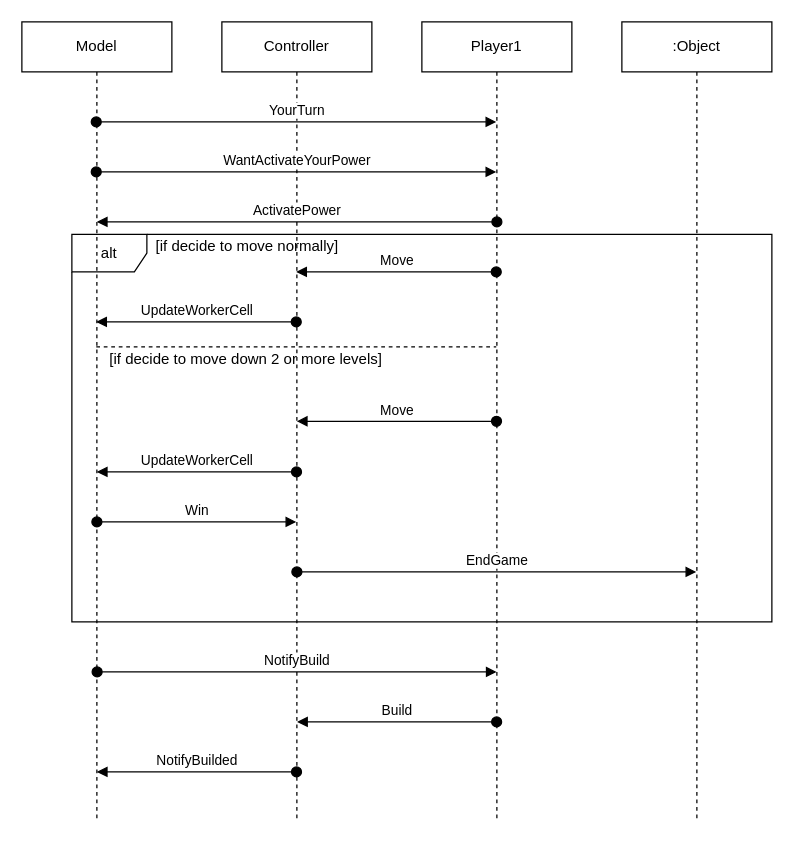
Above: page "Case_Pan" (9 of 10) of UML/newUML.drawio in matteovisotto/ing-sw-2020-Siriani-Stucchi-Visotto (draw.io), before the change. Source tidied: cells renumbered, new cells numbered last; positions are measured from the earlier drawing's top-left corner, leaving out a move shared by most shapes. Both pictures are drawn from the tidied source at 125%, with x=0, y=0 at pixel (21, 21).
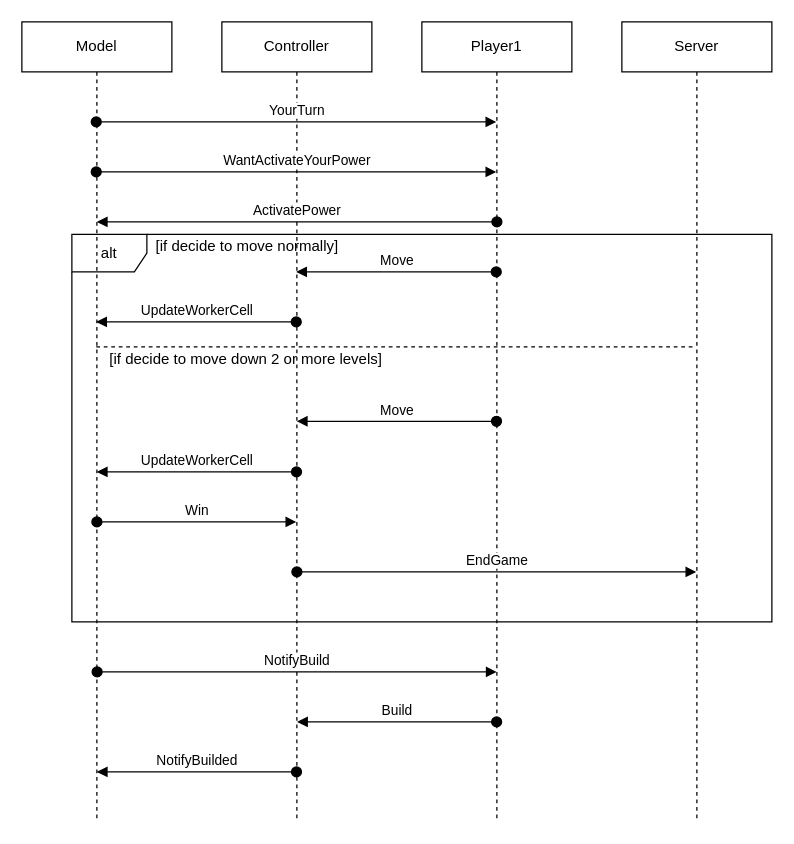
After the change.

Unchanged cells that the change refers to:
```xml
<mxCell id="3" value="Model&lt;br&gt;" style="shape=umlLifeline;perimeter=lifelinePerimeter;whiteSpace=wrap;html=1;outlineConnect=0;" parent="1" vertex="1">
  <mxGeometry width="120" height="640" as="geometry" />
</mxCell>
<mxCell id="4" value="Player1" style="shape=umlLifeline;perimeter=lifelinePerimeter;whiteSpace=wrap;html=1;outlineConnect=0;" parent="1" vertex="1">
  <mxGeometry x="320" width="120" height="640" as="geometry" />
</mxCell>
```

Diff of the diagram source:
```diff
@@
-    <mxCell id="12" style="endArrow=none;dashed=1;html=1;" parent="1" edge="1" source="3" target="4">
+    <mxCell id="12" style="endArrow=none;dashed=1;html=1;" parent="1" edge="1" source="3" target="20">
       <mxGeometry relative="1" as="geometry">
         <Array as="points">
           <mxPoint x="160" y="260" />
         </Array>
       </mxGeometry>
     </mxCell>
@@
-    <mxCell id="20" value=":Object" style="shape=umlLifeline;perimeter=lifelinePerimeter;whiteSpace=wrap;html=1;outlineConnect=0;" parent="1" vertex="1">
+    <mxCell id="20" value="Server" style="shape=umlLifeline;perimeter=lifelinePerimeter;whiteSpace=wrap;html=1;outlineConnect=0;" parent="1" vertex="1">
       <mxGeometry x="480" width="120" height="640" as="geometry" />
     </mxCell>
```
